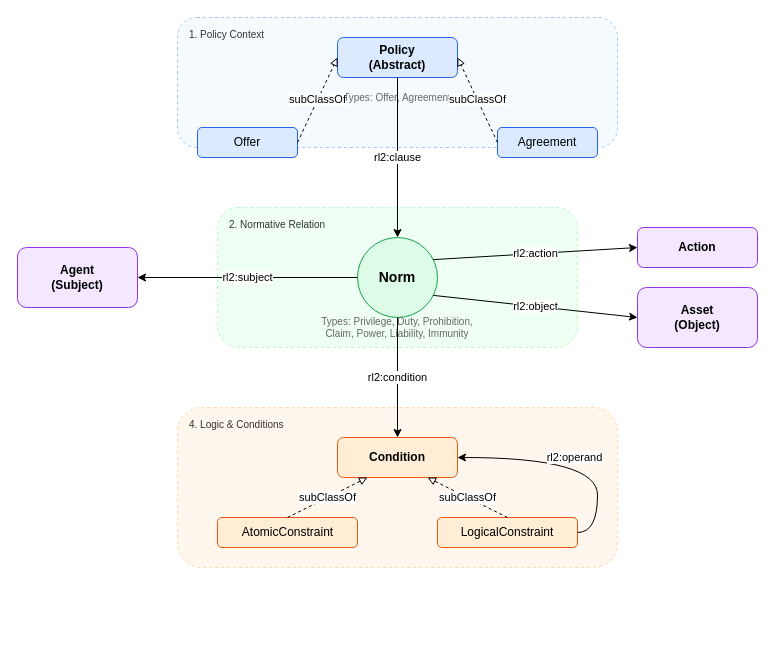
Earlier version of the draw.io diagram drafts/pic.drawio (matthiasautrata/RL2). Source tidied: cells renumbered, new cells numbered last; positions are measured from the earlier drawing's top-left corner, leaving out a move shared by most shapes. Both pictures are drawn from the tidied source at 100%, with x=0, y=0 at pixel (17, 17).
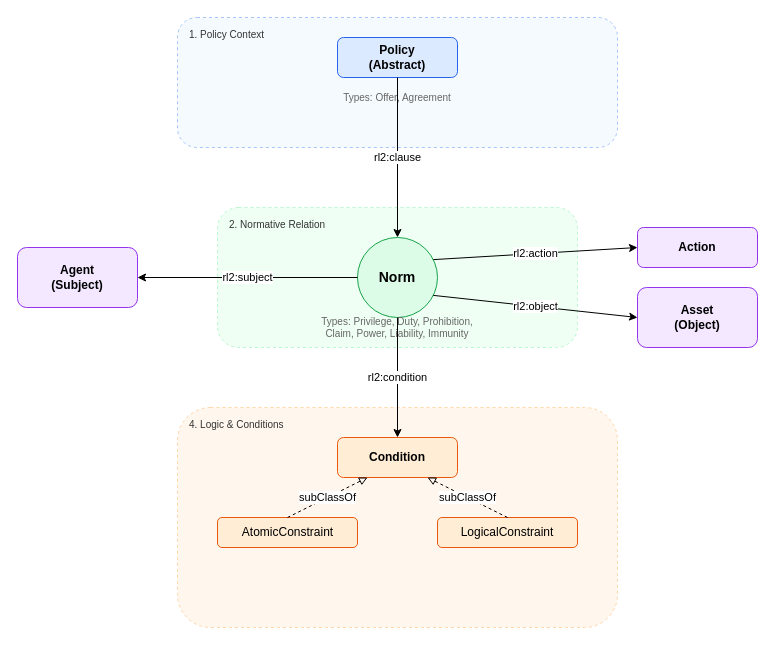
Above is the later version.

The change refers to these unchanged cells:
```xml
<mxCell id="3" value="Policy&lt;br&gt;(Abstract)" style="rounded=1;whiteSpace=wrap;html=1;fillColor=#dbeafe;strokeColor=#2563eb;fontStyle=1;" parent="1" vertex="1">
  <mxGeometry x="320" y="20" width="120" height="40" as="geometry" />
</mxCell>
<mxCell id="20" value="Condition" style="rounded=1;whiteSpace=wrap;html=1;fillColor=#ffedd5;strokeColor=#ea580c;fontStyle=1;" parent="1" vertex="1">
  <mxGeometry x="320" y="420" width="120" height="40" as="geometry" />
</mxCell>
<mxCell id="22" value="LogicalConstraint" style="rounded=1;whiteSpace=wrap;html=1;fillColor=#ffedd5;strokeColor=#ea580c;" parent="1" vertex="1">
  <mxGeometry x="420" y="500" width="140" height="30" as="geometry" />
</mxCell>
```

The edit, as a diff of the source:
```diff
@@
-    <mxCell id="5" value="Offer" style="rounded=1;whiteSpace=wrap;html=1;fillColor=#dbeafe;strokeColor=#2563eb;" parent="1" vertex="1">
-      <mxGeometry x="180" y="110" width="100" height="30" as="geometry" />
-    </mxCell>
-    <mxCell id="6" value="Agreement" style="rounded=1;whiteSpace=wrap;html=1;fillColor=#dbeafe;strokeColor=#2563eb;" parent="1" vertex="1">
-      <mxGeometry x="480" y="110" width="100" height="30" as="geometry" />
-    </mxCell>
-    <mxCell id="7" value="subClassOf" style="endArrow=block;endFill=0;dashed=1;html=1;rounded=0;entryX=0;entryY=0.5;exitX=1;exitY=0.5;" parent="1" edge="1" source="5" target="3">
-      <mxGeometry relative="1" as="geometry" />
-    </mxCell>
-    <mxCell id="8" value="subClassOf" style="endArrow=block;endFill=0;dashed=1;html=1;rounded=0;entryX=1;entryY=0.5;exitX=0;exitY=0.5;" parent="1" edge="1" source="6" target="3">
-      <mxGeometry relative="1" as="geometry" />
-    </mxCell>
@@
     <mxCell id="19" value="4. Logic &amp; Conditions" style="group;rounded=1;whiteSpace=wrap;html=1;fillColor=#fff7ed;strokeColor=#fed7aa;verticalAlign=top;align=left;spacingLeft=10;spacingTop=5;fontColor=#333333;fontSize=10;dashed=1;" parent="1" vertex="1">
-      <mxGeometry x="160" y="390" width="440" height="160" as="geometry" />
+      <mxGeometry x="160" y="390" width="440" height="220" as="geometry" />
     </mxCell>
@@
-    <mxCell id="26" value="rl2:operand" style="endArrow=classic;html=1;rounded=0;curved=1;entryX=1;entryY=0.5;exitX=1;exitY=0.5;" parent="1" edge="1" source="22" target="20">
-      <mxGeometry relative="1" as="geometry">
-        <Array as="points">
-          <mxPoint x="580" y="515" />
-          <mxPoint x="580" y="440" />
-        </Array>
-      </mxGeometry>
-    </mxCell>
```
